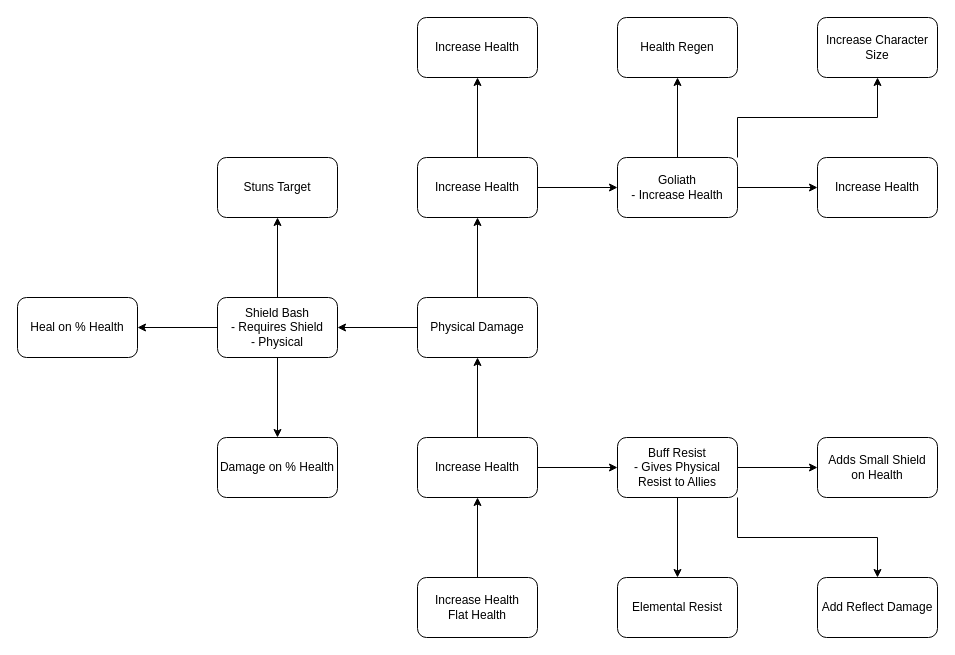
Above: page "Colossus" (3 of 30) of Docs/SkillTree.drawio in LeVieuxSinge/RoguelikeGame (draw.io), before the change. Source tidied: cells renumbered, new cells numbered last; positions are measured from the earlier drawing's top-left corner, leaving out a move shared by most shapes. Both pictures are drawn from the tidied source at 100%, with x=0, y=0 at pixel (17, 17).
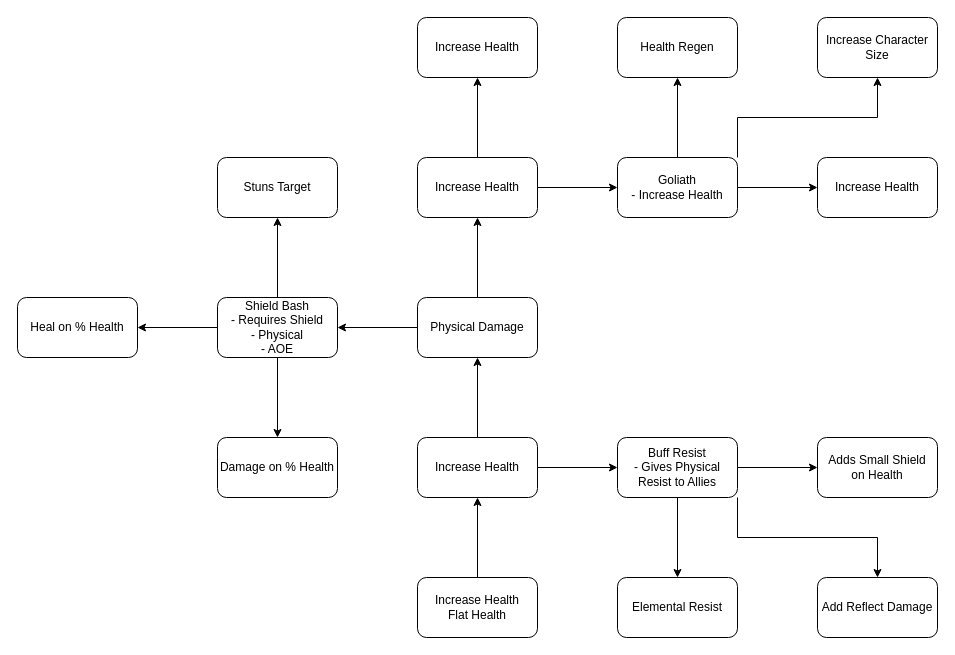
The same diagram, later.

Diff of the diagram source:
```diff
@@
-    <mxCell id="17" value="&lt;div&gt;Shield Bash&lt;/div&gt;&lt;div&gt;- Requires Shield&lt;/div&gt;&lt;div&gt;- Physical&lt;/div&gt;" style="rounded=1;whiteSpace=wrap;html=1;" parent="1" vertex="1">
+    <mxCell id="17" value="&lt;div&gt;Shield Bash&lt;/div&gt;&lt;div&gt;- Requires Shield&lt;/div&gt;&lt;div&gt;- Physical&lt;/div&gt;&lt;div&gt;- AOE&lt;/div&gt;" style="rounded=1;whiteSpace=wrap;html=1;" parent="1" vertex="1">
       <mxGeometry x="200" y="280" width="120" height="60" as="geometry" />
     </mxCell>
```
